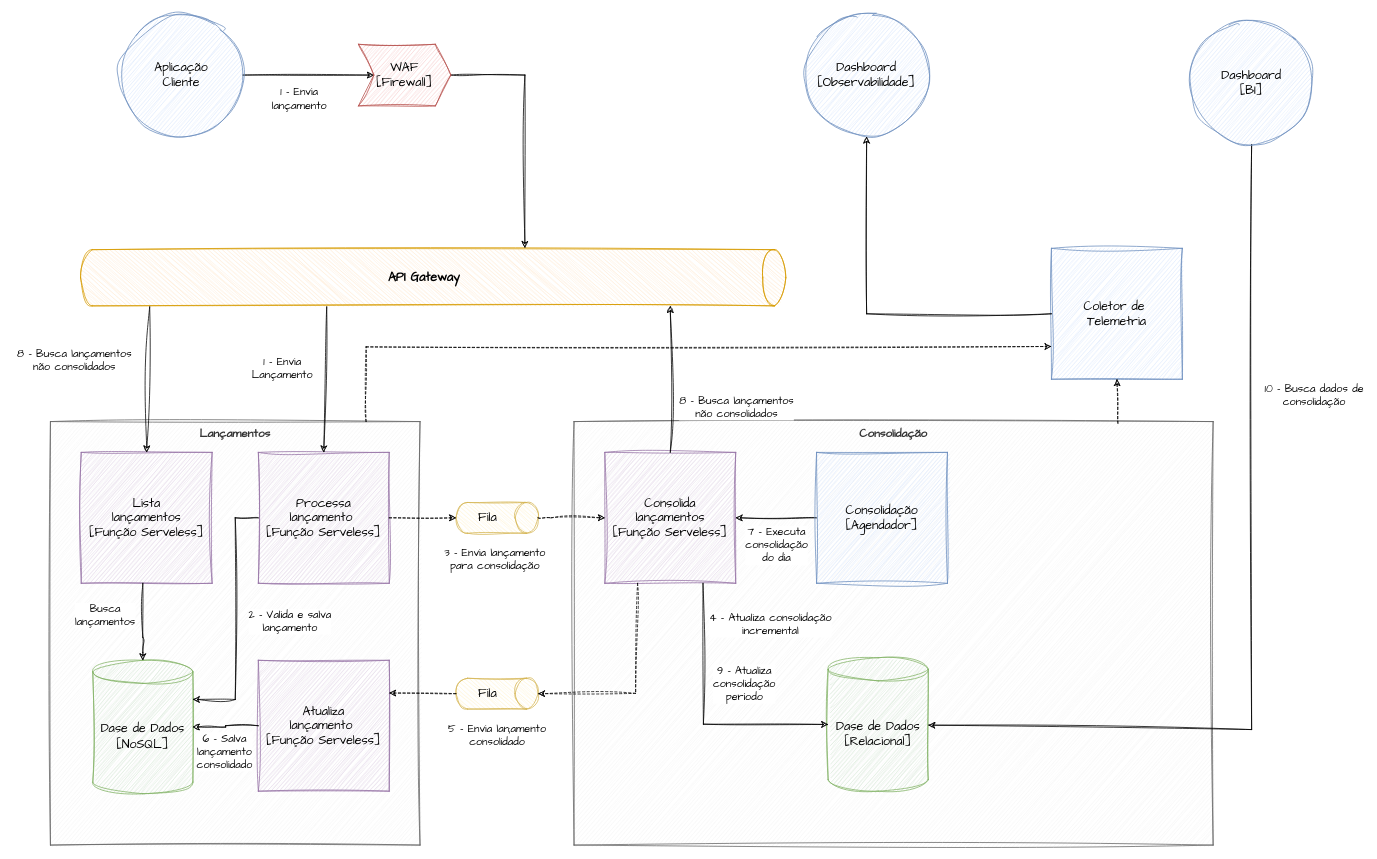
Earlier version of the draw.io diagram docs/C4 Model 2.drawio (eugeniogit/FluxoCaixa). Source tidied: cells renumbered, new cells numbered last; positions are measured from the earlier drawing's top-left corner, leaving out a move shared by most shapes. Both pictures are drawn from the tidied source at 77%, with x=0, y=0 at pixel (50, -75).
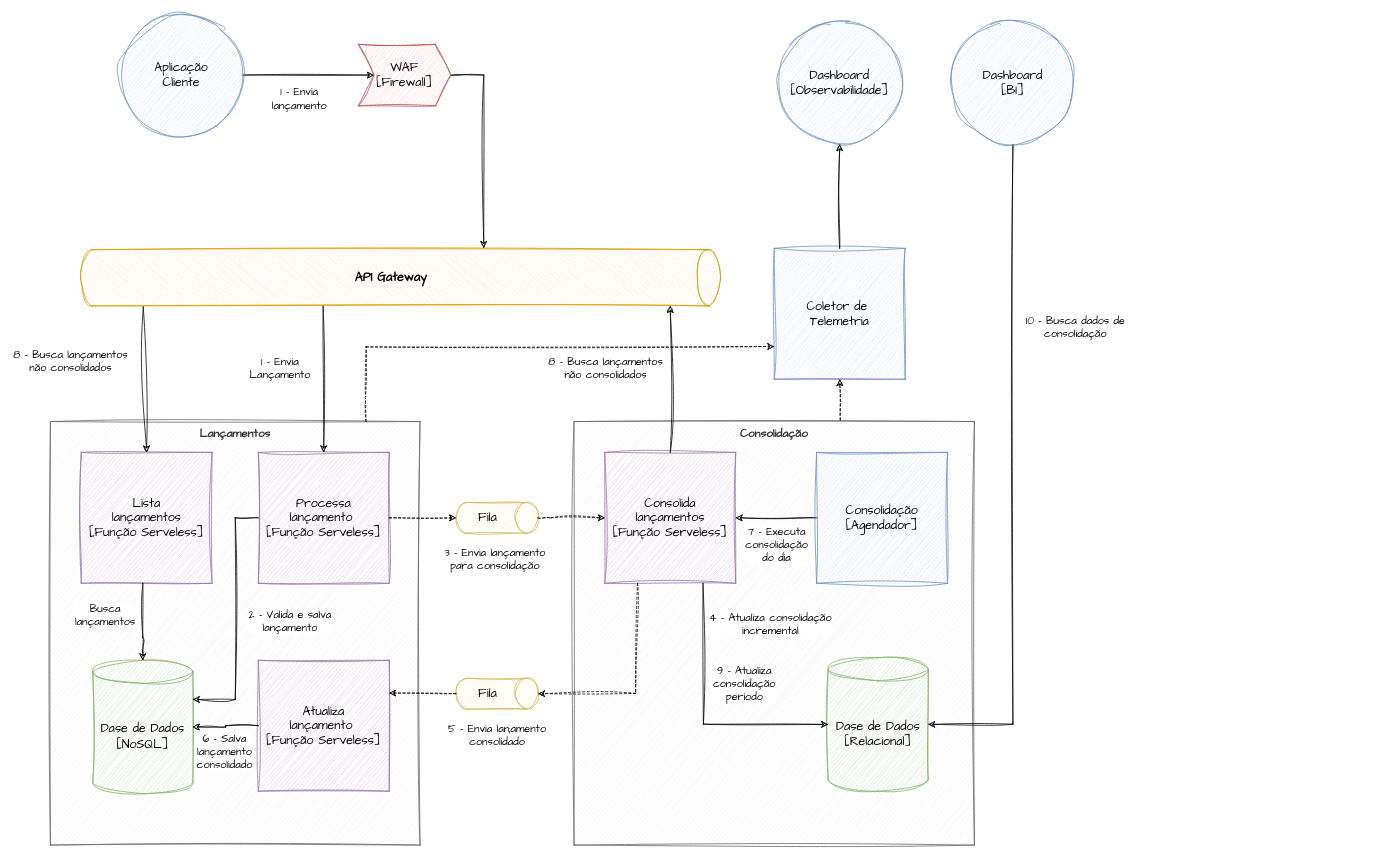
The same diagram, later.

The change refers to these unchanged cells:
```xml
<mxCell id="6" value="&lt;div&gt;&lt;div&gt;Processa&lt;/div&gt;&lt;div&gt;lançamento&amp;nbsp;&lt;/div&gt;&lt;div&gt;[Função Serveless]&lt;/div&gt;&lt;/div&gt;" style="whiteSpace=wrap;html=1;sketch=1;hachureGap=4;jiggle=2;curveFitting=1;fontFamily=Architects Daughter;fontStyle=0;fontSize=16;fillColor=#e1d5e7;strokeColor=#9673a6;" parent="1" vertex="1">
  <mxGeometry x="270" y="685" width="170" height="170" as="geometry" />
</mxCell>
<mxCell id="12" value="Dase de Dados&lt;div style=&quot;font-size: 16px;&quot;&gt;[Relacional]&lt;/div&gt;" style="shape=cylinder3;whiteSpace=wrap;html=1;boundedLbl=1;backgroundOutline=1;size=15;sketch=1;hachureGap=4;jiggle=2;curveFitting=1;fontFamily=Architects Daughter;fontSize=16;fillColor=#d5e8d4;strokeColor=#82b366;fillOpacity=100;strokeOpacity=100;fontStyle=0;shadow=0;" parent="1" vertex="1">
  <mxGeometry x="1010" y="951.7" width="130" height="173.3" as="geometry" />
</mxCell>
<mxCell id="27" style="endArrow=classic;html=1;rounded=0;sketch=1;hachureGap=4;jiggle=2;curveFitting=1;fontFamily=Architects Daughter;exitX=0.5;exitY=0;exitDx=0;exitDy=0;" parent="1" edge="1" source="13">
  <mxGeometry relative="1" as="geometry">
    <mxPoint x="805" y="495" as="targetPoint" />
  </mxGeometry>
</mxCell>
<mxCell id="49" value="WAF&lt;div style=&quot;font-size: 16px;&quot;&gt;[Firewall]&lt;/div&gt;" style="shape=step;perimeter=stepPerimeter;whiteSpace=wrap;html=1;fixedSize=1;sketch=1;hachureGap=4;jiggle=2;curveFitting=1;fontFamily=Architects Daughter;fillColor=#f8cecc;strokeColor=#b85450;fontSize=16;" parent="1" vertex="1">
  <mxGeometry x="400" y="155" width="120" height="80" as="geometry" />
</mxCell>
```

What changed in the source:
```diff
@@
     <mxCell id="3" value="API Gateway" style="shape=cylinder3;html=1;boundedLbl=1;backgroundOutline=1;size=15;sketch=1;hachureGap=4;jiggle=2;curveFitting=1;fontFamily=Architects Daughter;rotation=90;fillColor=#ffe6cc;strokeColor=#d79b00;verticalAlign=middle;horizontal=0;fontSize=16;fontStyle=1;" parent="1" vertex="1">
-      <mxGeometry x="460.6" y="0.3" width="73" height="915.9" as="geometry" />
+      <mxGeometry x="418.2" y="42.7" width="73" height="831.2" as="geometry" />
     </mxCell>
@@
     <mxCell id="11" value="Consolidação" style="rounded=0;whiteSpace=wrap;html=1;sketch=1;hachureGap=4;jiggle=2;curveFitting=1;fontFamily=Architects Daughter;verticalAlign=top;fontSize=15;fontStyle=1;fillColor=#f5f5f5;strokeColor=#666666;fontColor=#333333;align=center;" parent="1" vertex="1">
-      <mxGeometry x="680" y="645" width="830" height="550" as="geometry" />
+      <mxGeometry x="680" y="645" width="520" height="550" as="geometry" />
     </mxCell>
@@
-    <mxCell id="23" style="endArrow=classic;html=1;rounded=0;sketch=1;hachureGap=4;jiggle=2;curveFitting=1;fontFamily=Architects Daughter;exitX=1.017;exitY=0.651;exitDx=0;exitDy=0;exitPerimeter=0;entryX=0.5;entryY=0;entryDx=0;entryDy=0;" parent="1" edge="1" source="3" target="6">
+    <mxCell id="23" style="endArrow=classic;html=1;rounded=0;sketch=1;hachureGap=4;jiggle=2;curveFitting=1;fontFamily=Architects Daughter;exitX=1.004;exitY=0.621;exitDx=0;exitDy=0;exitPerimeter=0;entryX=0.5;entryY=0;entryDx=0;entryDy=0;" parent="1" edge="1" source="3" target="6">
       <mxGeometry relative="1" as="geometry" />
     </mxCell>
@@
     <mxCell id="28" value="8 - Busca lançamentos&lt;div style=&quot;font-size: 14px;&quot;&gt;não consolidados&lt;/div&gt;" style="edgeLabel;html=1;align=center;verticalAlign=middle;sketch=1;hachureGap=4;jiggle=2;curveFitting=1;fontFamily=Architects Daughter;fontSize=14;" parent="27" vertex="1">
       <mxGeometry x="-0.74" y="2" relative="1" as="geometry">
-        <mxPoint x="87" y="-34" as="offset" />
+        <mxPoint x="-83" y="-85" as="offset" />
       </mxGeometry>
     </mxCell>
     <mxCell id="29" style="endArrow=classic;html=1;rounded=0;sketch=1;hachureGap=4;jiggle=2;curveFitting=1;fontFamily=Architects Daughter;exitX=0.5;exitY=1;exitDx=0;exitDy=0;" parent="1" edge="1" source="37" target="12">
       <mxGeometry relative="1" as="geometry">
         <Array as="points">
-          <mxPoint x="1560" y="1045" />
+          <mxPoint x="1250" y="1038" />
         </Array>
       </mxGeometry>
     </mxCell>
@@
     <mxCell id="35" style="edgeStyle=orthogonalEdgeStyle;rounded=0;sketch=1;hachureGap=4;jiggle=2;curveFitting=1;jettySize=auto;html=1;entryX=-0.032;entryY=0.37;entryDx=0;entryDy=0;entryPerimeter=0;fontFamily=Architects Daughter;exitX=1;exitY=0.5;exitDx=0;exitDy=0;" parent="1" edge="1" source="49" target="3">
-      <mxGeometry relative="1" as="geometry" />
+      <mxGeometry relative="1" as="geometry">
+        <Array as="points">
+          <mxPoint x="563" y="195" />
+        </Array>
+      </mxGeometry>
     </mxCell>
     <mxCell id="36" value="Coletor de&amp;nbsp;&lt;div&gt;Telemetria&lt;/div&gt;" style="whiteSpace=wrap;html=1;sketch=1;hachureGap=4;jiggle=2;curveFitting=1;fontFamily=Architects Daughter;fontStyle=0;fontSize=16;fillColor=#dae8fc;strokeColor=#6c8ebf;" parent="1" vertex="1">
-      <mxGeometry x="1300" y="420" width="170" height="170" as="geometry" />
+      <mxGeometry x="940" y="420" width="170" height="170" as="geometry" />
     </mxCell>
     <mxCell id="37" value="Dashboard&lt;div&gt;[BI]&lt;/div&gt;" style="ellipse;whiteSpace=wrap;html=1;sketch=1;hachureGap=4;jiggle=2;curveFitting=1;fontFamily=Architects Daughter;fontSize=16;fillColor=#dae8fc;strokeColor=#6c8ebf;" parent="1" vertex="1">
-      <mxGeometry x="1480" y="125" width="160" height="160" as="geometry" />
+      <mxGeometry x="1170" y="125" width="160" height="160" as="geometry" />
     </mxCell>
     <mxCell id="38" value="Dashboard&lt;div&gt;[Observabilidade]&lt;/div&gt;" style="ellipse;whiteSpace=wrap;html=1;sketch=1;hachureGap=4;jiggle=2;curveFitting=1;fontFamily=Architects Daughter;fontSize=16;fillColor=#dae8fc;strokeColor=#6c8ebf;" parent="1" vertex="1">
-      <mxGeometry x="980" y="115" width="160" height="160" as="geometry" />
+      <mxGeometry x="945" y="125" width="160" height="160" as="geometry" />
     </mxCell>
-    <mxCell id="39" style="endArrow=classic;html=1;rounded=0;sketch=1;hachureGap=4;jiggle=2;curveFitting=1;fontFamily=Architects Daughter;entryX=0.5;entryY=1;entryDx=0;entryDy=0;exitX=0.851;exitY=0.004;exitDx=0;exitDy=0;exitPerimeter=0;dashed=1;" parent="1" edge="1" source="11" target="36">
+    <mxCell id="39" style="endArrow=classic;html=1;rounded=0;sketch=1;hachureGap=4;jiggle=2;curveFitting=1;fontFamily=Architects Daughter;entryX=0.5;entryY=1;entryDx=0;entryDy=0;exitX=0.665;exitY=-0.004;exitDx=0;exitDy=0;exitPerimeter=0;dashed=1;" parent="1" edge="1" source="11" target="36">
       <mxGeometry relative="1" as="geometry" />
     </mxCell>
@@
-    <mxCell id="41" style="endArrow=classic;html=1;rounded=0;sketch=1;hachureGap=4;jiggle=2;curveFitting=1;fontFamily=Architects Daughter;entryX=0.5;entryY=1;entryDx=0;entryDy=0;exitX=0;exitY=0.5;exitDx=0;exitDy=0;" parent="1" edge="1" source="36" target="38">
-      <mxGeometry relative="1" as="geometry">
-        <Array as="points">
-          <mxPoint x="1060" y="505" />
-        </Array>
-      </mxGeometry>
+    <mxCell id="41" style="endArrow=classic;html=1;rounded=0;sketch=1;hachureGap=4;jiggle=2;curveFitting=1;fontFamily=Architects Daughter;entryX=0.5;entryY=1;entryDx=0;entryDy=0;exitX=0.5;exitY=0;exitDx=0;exitDy=0;" parent="1" edge="1" source="36" target="38">
+      <mxGeometry relative="1" as="geometry" />
     </mxCell>
```
